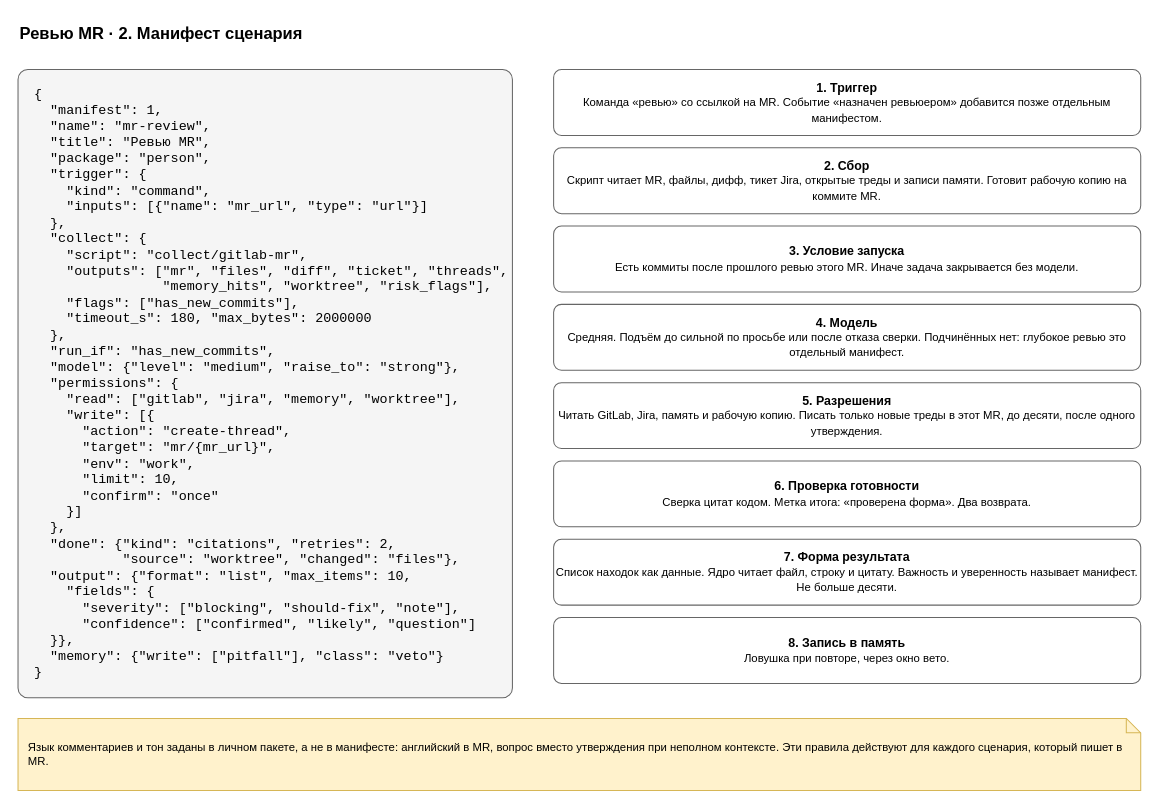
Above: page "2. Манифест" (2 of 7) of docs/spec/harness-instance-mr-review.drawio in roygkov/reins (draw.io), before the change. Source tidied: cells renumbered, new cells numbered last; positions are measured from the earlier drawing's top-left corner, leaving out a move shared by most shapes. Both pictures are drawn from the tidied source at 103%, with x=0, y=0 at pixel (18, 18).
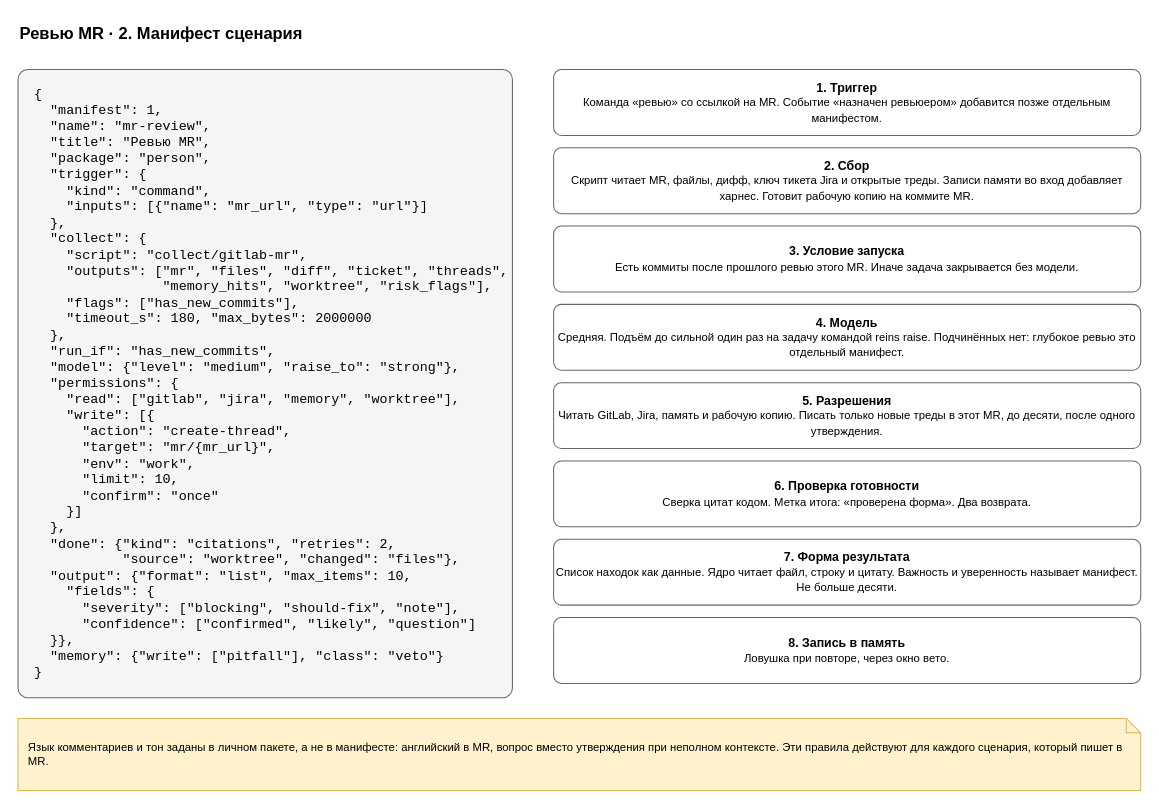
Above is the later version.

The edit, as a diff of the source:
```diff
@@
 <mxGraphModel>
   <root>
     <mxCell id="0" />
     <mxCell id="1" parent="0" />
     <mxCell id="2" value="Ревью MR · 2. Манифест сценария" style="text;html=1;align=left;verticalAlign=middle;whiteSpace=wrap;fontSize=16;strokeColor=none;fillColor=none;fontStyle=1;" parent="1" vertex="1">
       <mxGeometry width="900" height="30" as="geometry" />
     </mxCell>
     <mxCell id="3" value="{&lt;br&gt;&amp;nbsp;&amp;nbsp;&quot;manifest&quot;:&amp;nbsp;1,&lt;br&gt;&amp;nbsp;&amp;nbsp;&quot;name&quot;:&amp;nbsp;&quot;mr-review&quot;,&lt;br&gt;&amp;nbsp;&amp;nbsp;&quot;title&quot;:&amp;nbsp;&quot;Ревью&amp;nbsp;MR&quot;,&lt;br&gt;&amp;nbsp;&amp;nbsp;&quot;package&quot;:&amp;nbsp;&quot;person&quot;,&lt;br&gt;&amp;nbsp;&amp;nbsp;&quot;trigger&quot;:&amp;nbsp;{&lt;br&gt;&amp;nbsp;&amp;nbsp;&amp;nbsp;&amp;nbsp;&quot;kind&quot;:&amp;nbsp;&quot;command&quot;,&lt;br&gt;&amp;nbsp;&amp;nbsp;&amp;nbsp;&amp;nbsp;&quot;inputs&quot;:&amp;nbsp;[{&quot;name&quot;:&amp;nbsp;&quot;mr_url&quot;,&amp;nbsp;&quot;type&quot;:&amp;nbsp;&quot;url&quot;}]&lt;br&gt;&amp;nbsp;&amp;nbsp;},&lt;br&gt;&amp;nbsp;&amp;nbsp;&quot;collect&quot;:&amp;nbsp;{&lt;br&gt;&amp;nbsp;&amp;nbsp;&amp;nbsp;&amp;nbsp;&quot;script&quot;:&amp;nbsp;&quot;collect/gitlab-mr&quot;,&lt;br&gt;&amp;nbsp;&amp;nbsp;&amp;nbsp;&amp;nbsp;&quot;outputs&quot;:&amp;nbsp;[&quot;mr&quot;,&amp;nbsp;&quot;files&quot;,&amp;nbsp;&quot;diff&quot;,&amp;nbsp;&quot;ticket&quot;,&amp;nbsp;&quot;threads&quot;,&lt;br&gt;&amp;nbsp;&amp;nbsp;&amp;nbsp;&amp;nbsp;&amp;nbsp;&amp;nbsp;&amp;nbsp;&amp;nbsp;&amp;nbsp;&amp;nbsp;&amp;nbsp;&amp;nbsp;&amp;nbsp;&amp;nbsp;&amp;nbsp;&amp;nbsp;&quot;memory_hits&quot;,&amp;nbsp;&quot;worktree&quot;,&amp;nbsp;&quot;risk_flags&quot;],&lt;br&gt;&amp;nbsp;&amp;nbsp;&amp;nbsp;&amp;nbsp;&quot;flags&quot;:&amp;nbsp;[&quot;has_new_commits&quot;],&lt;br&gt;&amp;nbsp;&amp;nbsp;&amp;nbsp;&amp;nbsp;&quot;timeout_s&quot;:&amp;nbsp;180,&amp;nbsp;&quot;max_bytes&quot;:&amp;nbsp;2000000&lt;br&gt;&amp;nbsp;&amp;nbsp;},&lt;br&gt;&amp;nbsp;&amp;nbsp;&quot;run_if&quot;:&amp;nbsp;&quot;has_new_commits&quot;,&lt;br&gt;&amp;nbsp;&amp;nbsp;&quot;model&quot;:&amp;nbsp;{&quot;level&quot;:&amp;nbsp;&quot;medium&quot;,&amp;nbsp;&quot;raise_to&quot;:&amp;nbsp;&quot;strong&quot;},&lt;br&gt;&amp;nbsp;&amp;nbsp;&quot;permissions&quot;:&amp;nbsp;{&lt;br&gt;&amp;nbsp;&amp;nbsp;&amp;nbsp;&amp;nbsp;&quot;read&quot;:&amp;nbsp;[&quot;gitlab&quot;,&amp;nbsp;&quot;jira&quot;,&amp;nbsp;&quot;memory&quot;,&amp;nbsp;&quot;worktree&quot;],&lt;br&gt;&amp;nbsp;&amp;nbsp;&amp;nbsp;&amp;nbsp;&quot;write&quot;:&amp;nbsp;[{&lt;br&gt;&amp;nbsp;&amp;nbsp;&amp;nbsp;&amp;nbsp;&amp;nbsp;&amp;nbsp;&quot;action&quot;:&amp;nbsp;&quot;create-thread&quot;,&lt;br&gt;&amp;nbsp;&amp;nbsp;&amp;nbsp;&amp;nbsp;&amp;nbsp;&amp;nbsp;&quot;target&quot;:&amp;nbsp;&quot;mr/{mr_url}&quot;,&lt;br&gt;&amp;nbsp;&amp;nbsp;&amp;nbsp;&amp;nbsp;&amp;nbsp;&amp;nbsp;&quot;env&quot;:&amp;nbsp;&quot;work&quot;,&lt;br&gt;&amp;nbsp;&amp;nbsp;&amp;nbsp;&amp;nbsp;&amp;nbsp;&amp;nbsp;&quot;limit&quot;:&amp;nbsp;10,&lt;br&gt;&amp;nbsp;&amp;nbsp;&amp;nbsp;&amp;nbsp;&amp;nbsp;&amp;nbsp;&quot;confirm&quot;:&amp;nbsp;&quot;once&quot;&lt;br&gt;&amp;nbsp;&amp;nbsp;&amp;nbsp;&amp;nbsp;}]&lt;br&gt;&amp;nbsp;&amp;nbsp;},&lt;br&gt;&amp;nbsp;&amp;nbsp;&quot;done&quot;:&amp;nbsp;{&quot;kind&quot;:&amp;nbsp;&quot;citations&quot;,&amp;nbsp;&quot;retries&quot;:&amp;nbsp;2,&lt;br&gt;&amp;nbsp;&amp;nbsp;&amp;nbsp;&amp;nbsp;&amp;nbsp;&amp;nbsp;&amp;nbsp;&amp;nbsp;&amp;nbsp;&amp;nbsp;&amp;nbsp;&quot;source&quot;:&amp;nbsp;&quot;worktree&quot;,&amp;nbsp;&quot;changed&quot;:&amp;nbsp;&quot;files&quot;},&lt;br&gt;&amp;nbsp;&amp;nbsp;&quot;output&quot;:&amp;nbsp;{&quot;format&quot;:&amp;nbsp;&quot;list&quot;,&amp;nbsp;&quot;max_items&quot;:&amp;nbsp;10,&lt;br&gt;&amp;nbsp;&amp;nbsp;&amp;nbsp;&amp;nbsp;&quot;fields&quot;:&amp;nbsp;{&lt;br&gt;&amp;nbsp;&amp;nbsp;&amp;nbsp;&amp;nbsp;&amp;nbsp;&amp;nbsp;&quot;severity&quot;:&amp;nbsp;[&quot;blocking&quot;,&amp;nbsp;&quot;should-fix&quot;,&amp;nbsp;&quot;note&quot;],&lt;br&gt;&amp;nbsp;&amp;nbsp;&amp;nbsp;&amp;nbsp;&amp;nbsp;&amp;nbsp;&quot;confidence&quot;:&amp;nbsp;[&quot;confirmed&quot;,&amp;nbsp;&quot;likely&quot;,&amp;nbsp;&quot;question&quot;]&lt;br&gt;&amp;nbsp;&amp;nbsp;}},&lt;br&gt;&amp;nbsp;&amp;nbsp;&quot;memory&quot;:&amp;nbsp;{&quot;write&quot;:&amp;nbsp;[&quot;pitfall&quot;],&amp;nbsp;&quot;class&quot;:&amp;nbsp;&quot;veto&quot;}&lt;br&gt;}" style="rounded=1;whiteSpace=wrap;html=1;fillColor=#f5f5f5;strokeColor=#666666;arcSize=2;align=left;verticalAlign=top;spacingLeft=14;spacingTop=10;fontFamily=Courier New;fontSize=13;" parent="1" vertex="1">
       <mxGeometry y="50" width="480" height="610" as="geometry" />
     </mxCell>
     <mxCell id="4" value="&lt;b&gt;1. Триггер&lt;/b&gt;&lt;br&gt;&lt;font style=&quot;font-size:11px&quot;&gt;Команда «ревью» со ссылкой на MR. Событие «назначен ревьюером» добавится позже отдельным манифестом.&lt;/font&gt;" style="rounded=1;whiteSpace=wrap;html=1;fillColor=#ffffff;strokeColor=#666666;arcSize=12;" parent="1" vertex="1">
       <mxGeometry x="520" y="50" width="570" height="64" as="geometry" />
     </mxCell>
-    <mxCell id="5" value="&lt;b&gt;2. Сбор&lt;/b&gt;&lt;br&gt;&lt;font style=&quot;font-size:11px&quot;&gt;Скрипт читает MR, файлы, дифф, тикет Jira, открытые треды и записи памяти. Готовит рабочую копию на коммите MR.&lt;/font&gt;" style="rounded=1;whiteSpace=wrap;html=1;fillColor=#ffffff;strokeColor=#666666;arcSize=12;" parent="1" vertex="1">
+    <mxCell id="5" value="&lt;b&gt;2. Сбор&lt;/b&gt;&lt;br&gt;&lt;font style=&quot;font-size:11px&quot;&gt;Скрипт читает MR, файлы, дифф, ключ тикета Jira и открытые треды. Записи памяти во вход добавляет харнес. Готовит рабочую копию на коммите MR.&lt;/font&gt;" style="rounded=1;whiteSpace=wrap;html=1;fillColor=#ffffff;strokeColor=#666666;arcSize=12;" parent="1" vertex="1">
       <mxGeometry x="520" y="126" width="570" height="64" as="geometry" />
     </mxCell>
     <mxCell id="6" value="&lt;b&gt;3. Условие запуска&lt;/b&gt;&lt;br&gt;&lt;font style=&quot;font-size:11px&quot;&gt;Есть коммиты после прошлого ревью этого MR. Иначе задача закрывается без модели.&lt;/font&gt;" style="rounded=1;whiteSpace=wrap;html=1;fillColor=#ffffff;strokeColor=#666666;arcSize=12;" parent="1" vertex="1">
       <mxGeometry x="520" y="202" width="570" height="64" as="geometry" />
     </mxCell>
-    <mxCell id="7" value="&lt;b&gt;4. Модель&lt;/b&gt;&lt;br&gt;&lt;font style=&quot;font-size:11px&quot;&gt;Средняя. Подъём до сильной по просьбе или после отказа сверки. Подчинённых нет: глубокое ревью это отдельный манифест.&lt;/font&gt;" style="rounded=1;whiteSpace=wrap;html=1;fillColor=#ffffff;strokeColor=#666666;arcSize=12;" parent="1" vertex="1">
+    <mxCell id="7" value="&lt;b&gt;4. Модель&lt;/b&gt;&lt;br&gt;&lt;font style=&quot;font-size:11px&quot;&gt;Средняя. Подъём до сильной один раз на задачу командой reins raise. Подчинённых нет: глубокое ревью это отдельный манифест.&lt;/font&gt;" style="rounded=1;whiteSpace=wrap;html=1;fillColor=#ffffff;strokeColor=#666666;arcSize=12;" parent="1" vertex="1">
       <mxGeometry x="520" y="278" width="570" height="64" as="geometry" />
     </mxCell>
     <mxCell id="8" value="&lt;b&gt;5. Разрешения&lt;/b&gt;&lt;br&gt;&lt;font style=&quot;font-size:11px&quot;&gt;Читать GitLab, Jira, память и рабочую копию. Писать только новые треды в этот MR, до десяти, после одного утверждения.&lt;/font&gt;" style="rounded=1;whiteSpace=wrap;html=1;fillColor=#ffffff;strokeColor=#666666;arcSize=12;" parent="1" vertex="1">
       <mxGeometry x="520" y="354" width="570" height="64" as="geometry" />
     </mxCell>
     <mxCell id="9" value="&lt;b&gt;6. Проверка готовности&lt;/b&gt;&lt;br&gt;&lt;font style=&quot;font-size:11px&quot;&gt;Сверка цитат кодом. Метка итога: «проверена форма». Два возврата.&lt;/font&gt;" style="rounded=1;whiteSpace=wrap;html=1;fillColor=#ffffff;strokeColor=#666666;arcSize=12;" parent="1" vertex="1">
       <mxGeometry x="520" y="430" width="570" height="64" as="geometry" />
     </mxCell>
     <mxCell id="10" value="&lt;b&gt;7. Форма результата&lt;/b&gt;&lt;br&gt;&lt;font style=&quot;font-size:11px&quot;&gt;Список находок как данные. Ядро читает файл, строку и цитату. Важность и уверенность называет манифест. Не больше десяти.&lt;/font&gt;" style="rounded=1;whiteSpace=wrap;html=1;fillColor=#ffffff;strokeColor=#666666;arcSize=12;" parent="1" vertex="1">
       <mxGeometry x="520" y="506" width="570" height="64" as="geometry" />
     </mxCell>
     <mxCell id="11" value="&lt;b&gt;8. Запись в память&lt;/b&gt;&lt;br&gt;&lt;font style=&quot;font-size:11px&quot;&gt;Ловушка при повторе, через окно вето.&lt;/font&gt;" style="rounded=1;whiteSpace=wrap;html=1;fillColor=#ffffff;strokeColor=#666666;arcSize=12;" parent="1" vertex="1">
       <mxGeometry x="520" y="582" width="570" height="64" as="geometry" />
     </mxCell>
     <mxCell id="12" value="Язык комментариев и тон заданы в личном пакете, а не в манифесте: английский в MR, вопрос вместо утверждения при неполном контексте. Эти правила действуют для каждого сценария, который пишет в MR." style="shape=note;whiteSpace=wrap;html=1;backgroundOutline=1;size=14;fillColor=#fff2cc;strokeColor=#d6b656;align=left;spacingLeft=8;spacingRight=8;fontSize=11;" parent="1" vertex="1">
       <mxGeometry y="680" width="1090" height="70" as="geometry" />
     </mxCell>
   </root>
 </mxGraphModel>
```
